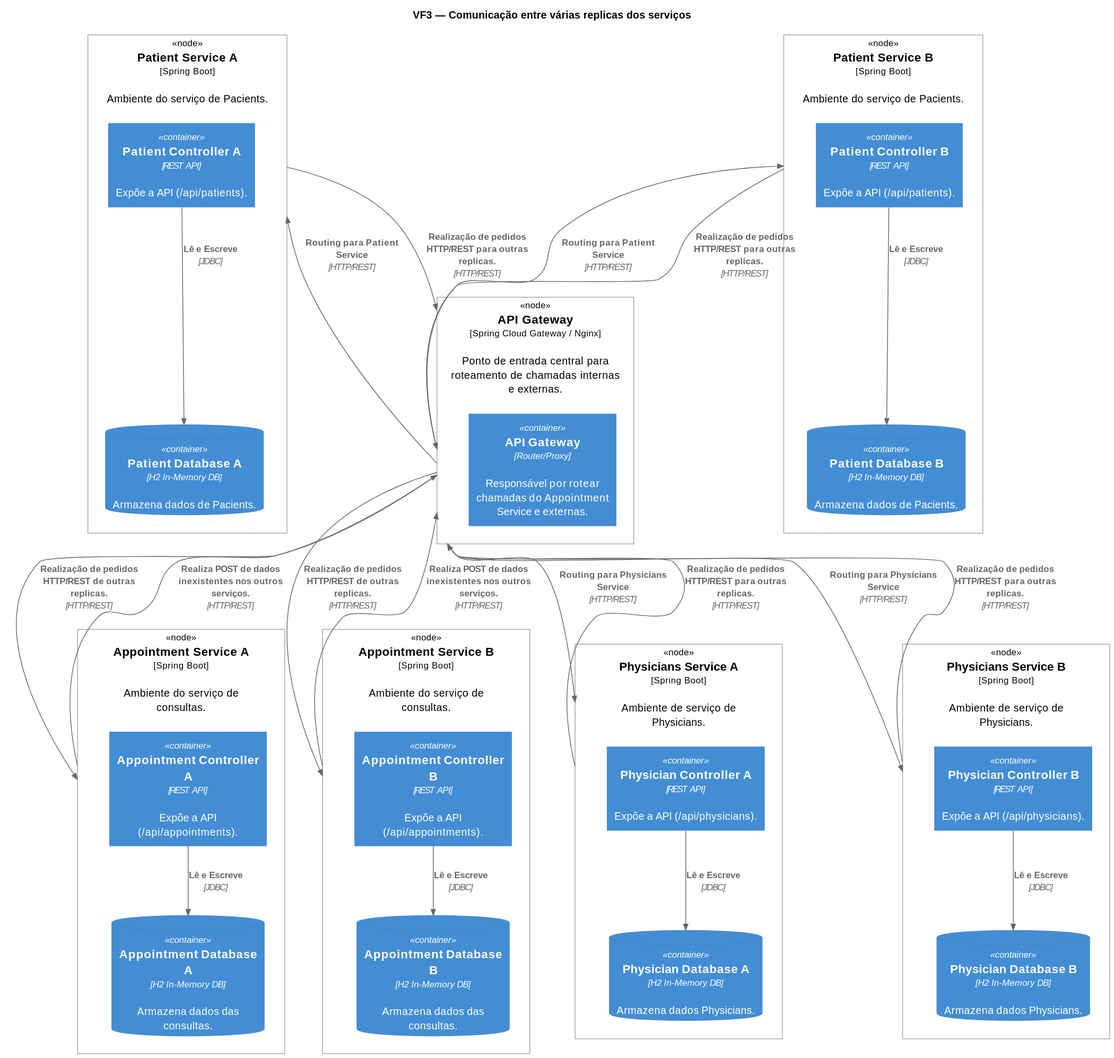
Earlier version of the PlantUML export docs/Vista Física/VF3.svg (1211104/PROJ_SIDIS2025).
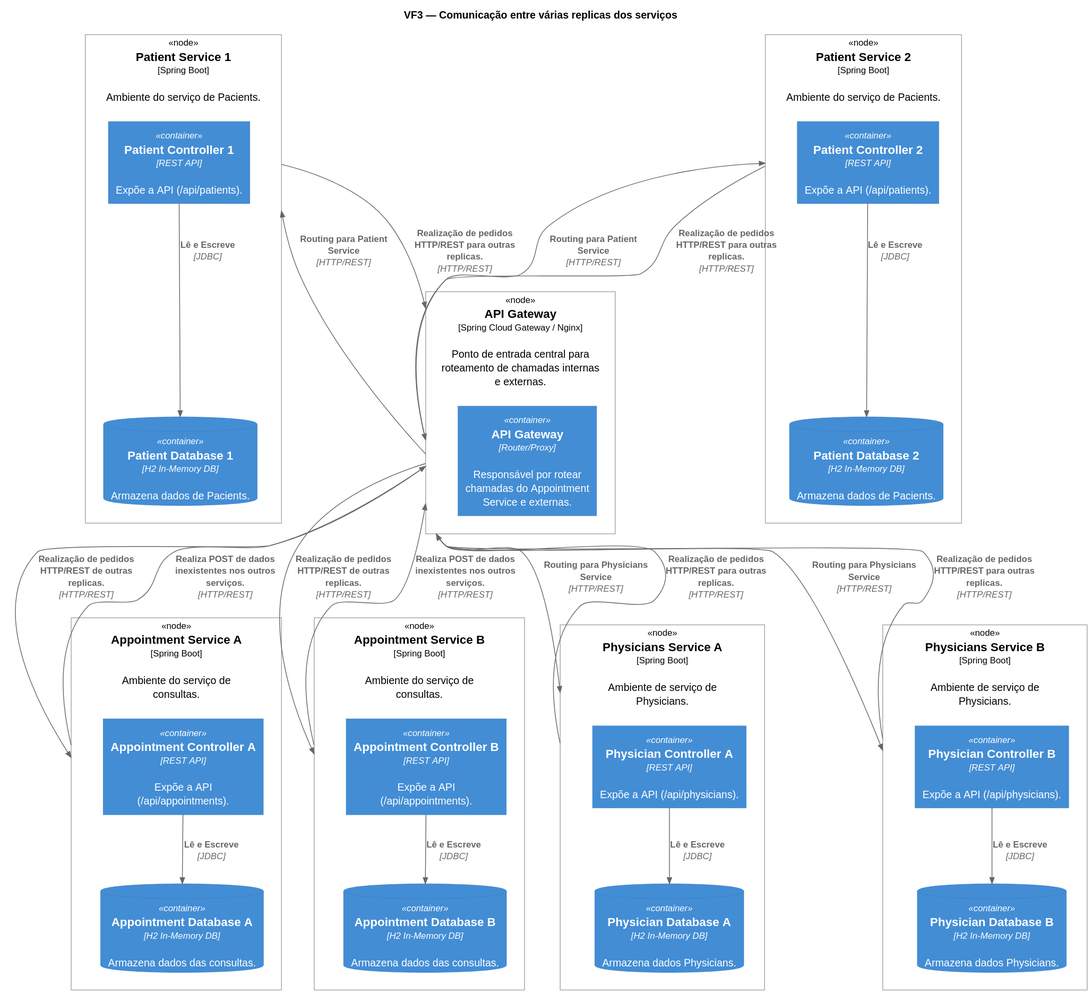
The same diagram one commit later.

Commit message:
Vistas físicas update n3

The edit, as a diff of the source:
```diff
@@ -18,14 +18,14 @@
         ContainerDb(AppointmentDBB, "Appointment Database B", "H2 In-Memory DB", "Armazena dados das consultas.")
     }
 
-    Deployment_Node(PatientServiceNodeA, "Patient Service A", "Spring Boot", "Ambiente do serviço de Pacients.") {
-        Container(PatientControllerA, "Patient Controller A", "REST API", "Expõe a API (/api/patients).")
-        ContainerDb(PatientDBA, "Patient Database A", "H2 In-Memory DB", "Armazena dados de Pacients.")
+    Deployment_Node(PatientServiceNodeA, "Patient Service 1", "Spring Boot", "Ambiente do serviço de Pacients.") {
+        Container(PatientControllerA, "Patient Controller 1", "REST API", "Expõe a API (/api/patients).")
+        ContainerDb(PatientDBA, "Patient Database 1", "H2 In-Memory DB", "Armazena dados de Pacients.")
     }
 
-    Deployment_Node(PatientServiceNodeB, "Patient Service B", "Spring Boot", "Ambiente do serviço de Pacients.") {
-            Container(PatientControllerB, "Patient Controller B", "REST API", "Expõe a API (/api/patients).")
-            ContainerDb(PatientDBB, "Patient Database B", "H2 In-Memory DB", "Armazena dados de Pacients.")
+    Deployment_Node(PatientServiceNodeB, "Patient Service 2", "Spring Boot", "Ambiente do serviço de Pacients.") {
+            Container(PatientControllerB, "Patient Controller 2", "REST API", "Expõe a API (/api/patients).")
+            ContainerDb(PatientDBB, "Patient Database 2", "H2 In-Memory DB", "Armazena dados de Pacients.")
     }
 
     Deployment_Node(PhysicianServiceNodeA, "Physicians Service A", "Spring Boot", "Ambiente de serviço de Physicians.") {
```
